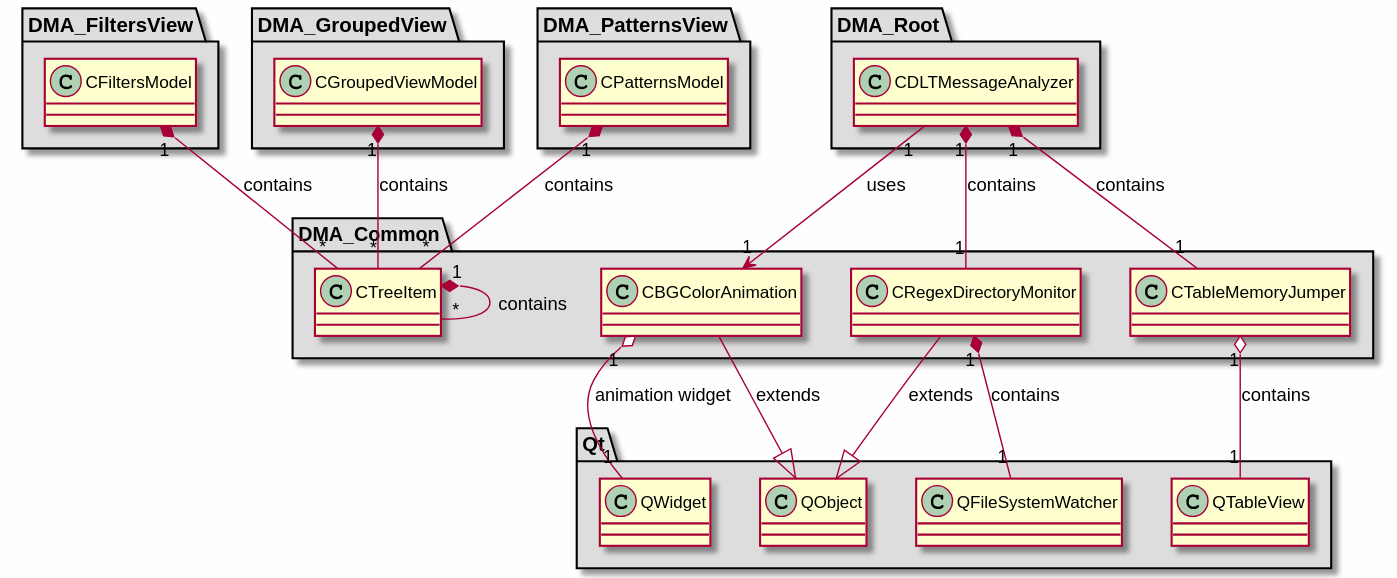
svlad-90/DLT-Message-Analyzer keeps this PlantUML diagram as md/dev_docs/puml/DMA_Common.svg. Above is the earlier version.
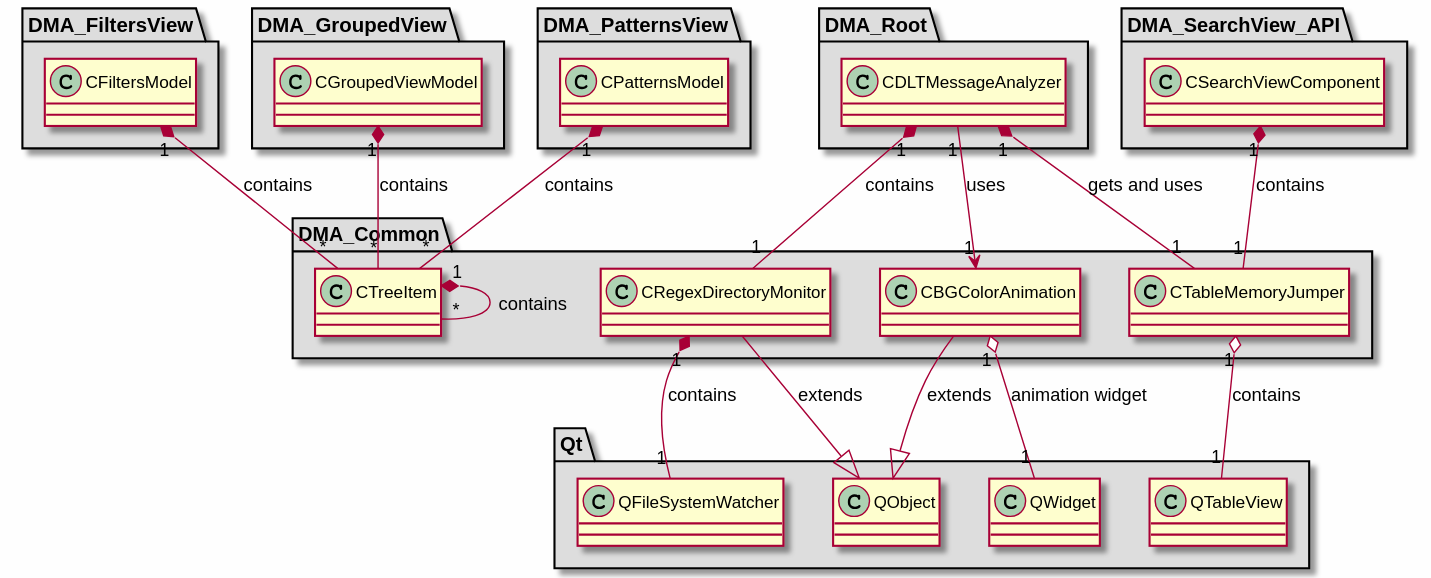
After the change.

Change to the diagram source:
```diff
@@ -59,6 +59,15 @@
 
 }
 
+package "DMA_SearchView_API" #DDDDDD
+{
+
+class "CSearchViewComponent"
+{
+}
+
+}
+
 package "Qt" #DDDDDD
 {
 
@@ -92,6 +101,7 @@
 CPatternsModel "1" *-- "*" CTreeItem : contains
 CDLTMessageAnalyzer "1" --> "1" CBGColorAnimation : uses
 CDLTMessageAnalyzer "1" *-- "1" CRegexDirectoryMonitor : contains
-CDLTMessageAnalyzer "1" *-- "1" CTableMemoryJumper : contains
+CDLTMessageAnalyzer "1" *-- "1" CTableMemoryJumper : gets and uses
+CSearchViewComponent "1" *-- "1" CTableMemoryJumper : contains
 
 @enduml
```
